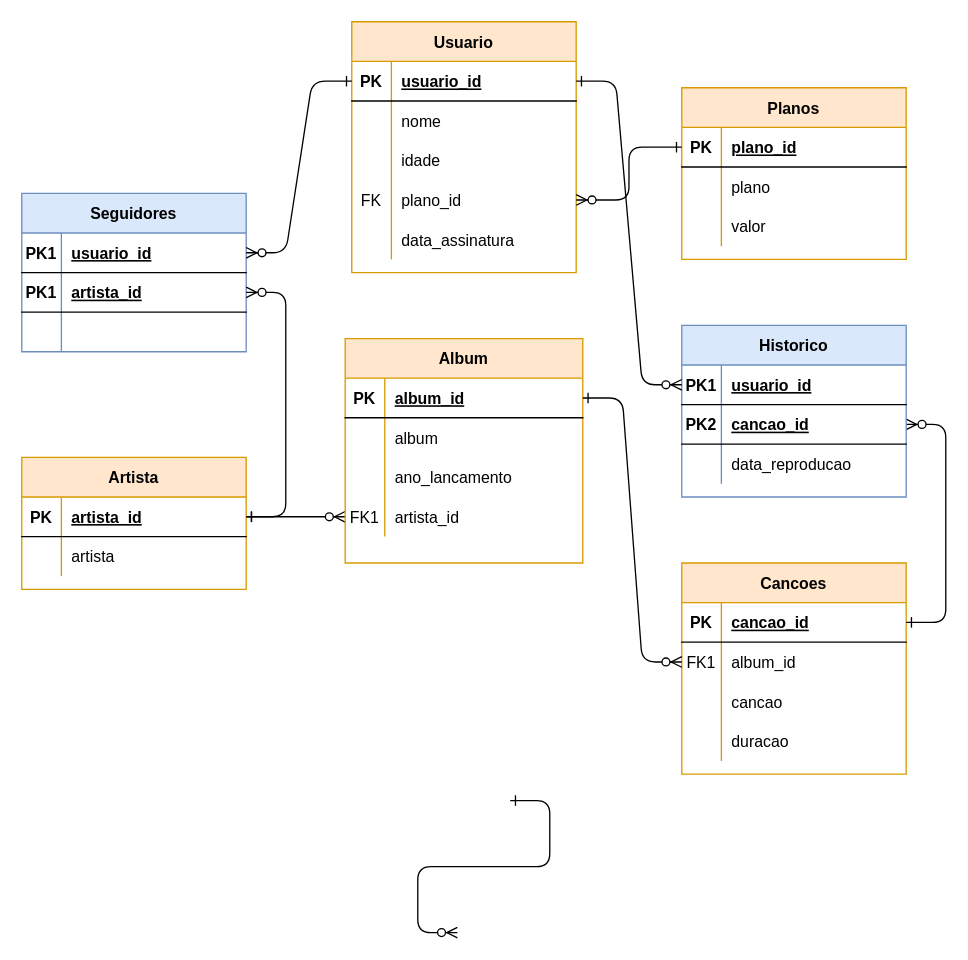
Above: Untitled Diagram.drawio in raphaelfiorda/raphaelfiorda (draw.io), before the change. Source tidied: cells renumbered, new cells numbered last; positions are measured from the earlier drawing's top-left corner, leaving out a move shared by most shapes. Both pictures are drawn from the tidied source at 132%, with x=0, y=0 at pixel (21, 21).
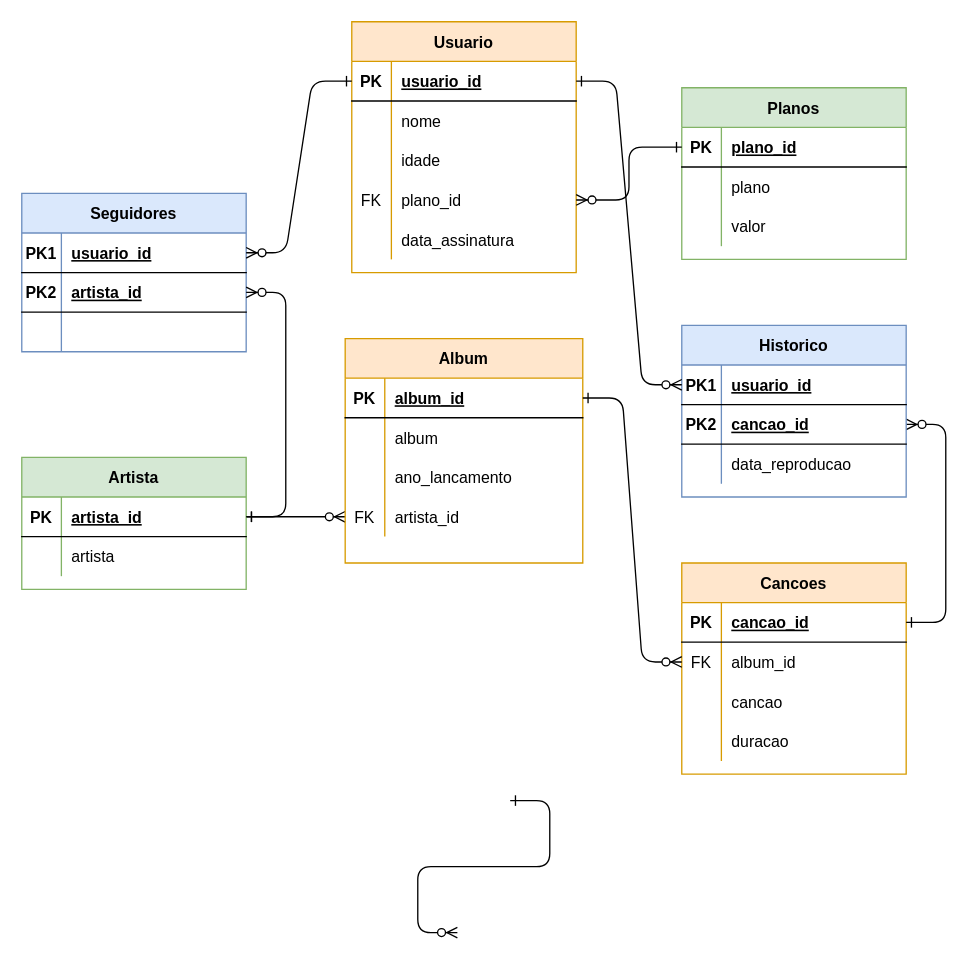
After the change.

Commit message:
Atribui a cor verde para tabelas independentes; Faz pequenas correções

The change refers to these unchanged cells:
```xml
<mxCell id="13" style="shape=partialRectangle;fillColor=none;points=[[0,0.5],[1,0.5]];portConstraint=eastwest;top=0;left=0;right=0;bottom=0;" parent="3" vertex="1">
  <mxGeometry y="120" width="180" height="30" as="geometry" />
</mxCell>
<mxCell id="20" style="shape=partialRectangle;fillColor=none;points=[[0,0.5],[1,0.5]];portConstraint=eastwest;top=0;left=0;right=0;bottom=0;" parent="16" vertex="1">
  <mxGeometry y="60" width="170" height="30" as="geometry" />
</mxCell>
<mxCell id="41" style="shape=partialRectangle;fillColor=none;points=[[0,0.5],[1,0.5]];portConstraint=eastwest;top=0;left=0;right=0;bottom=1;" parent="37" vertex="1">
  <mxGeometry y="60" width="170" height="30" as="geometry" />
</mxCell>
```

Change to the diagram source:
```diff
@@
-    <mxCell id="14" value="FK1" style="shape=partialRectangle;overflow=hidden;fillColor=none;top=0;left=0;bottom=0;right=0;" parent="13" vertex="1">
+    <mxCell id="14" value="FK" style="shape=partialRectangle;overflow=hidden;fillColor=none;top=0;left=0;bottom=0;right=0;" parent="13" vertex="1">
       <mxGeometry width="30" height="30" as="geometry" />
     </mxCell>
@@
-    <mxCell id="21" value="FK1" style="shape=partialRectangle;overflow=hidden;fillColor=none;top=0;left=0;bottom=0;right=0;" parent="20" vertex="1">
+    <mxCell id="21" value="FK" style="shape=partialRectangle;overflow=hidden;fillColor=none;top=0;left=0;bottom=0;right=0;" parent="20" vertex="1">
       <mxGeometry width="30" height="30" as="geometry" />
     </mxCell>
@@
-    <mxCell id="29" value="Artista" style="shape=table;startSize=30;childLayout=tableLayout;rowLines=0;fontStyle=1;align=center;fillColor=#ffe6cc;strokeColor=#d79b00;" parent="1" vertex="1">
+    <mxCell id="29" value="Artista" style="shape=table;startSize=30;childLayout=tableLayout;rowLines=0;fontStyle=1;align=center;fillColor=#d5e8d4;strokeColor=#82b366;" parent="1" vertex="1">
       <mxGeometry y="330" width="170" height="100" as="geometry" />
     </mxCell>
@@
-    <mxCell id="42" value="PK1" style="shape=partialRectangle;overflow=hidden;fillColor=none;top=0;left=0;bottom=0;right=0;fontStyle=1;" parent="41" vertex="1">
+    <mxCell id="42" value="PK2" style="shape=partialRectangle;overflow=hidden;fillColor=none;top=0;left=0;bottom=0;right=0;fontStyle=1;" parent="41" vertex="1">
       <mxGeometry width="30" height="30" as="geometry" />
     </mxCell>
@@
-    <mxCell id="63" value="Planos" style="shape=table;startSize=30;childLayout=tableLayout;rowLines=0;fontStyle=1;align=center;fillColor=#ffe6cc;strokeColor=#d79b00;" parent="1" vertex="1">
+    <mxCell id="63" value="Planos" style="shape=table;startSize=30;childLayout=tableLayout;rowLines=0;fontStyle=1;align=center;fillColor=#d5e8d4;strokeColor=#82b366;" parent="1" vertex="1">
       <mxGeometry x="500" y="50" width="170" height="130" as="geometry" />
     </mxCell>
```
